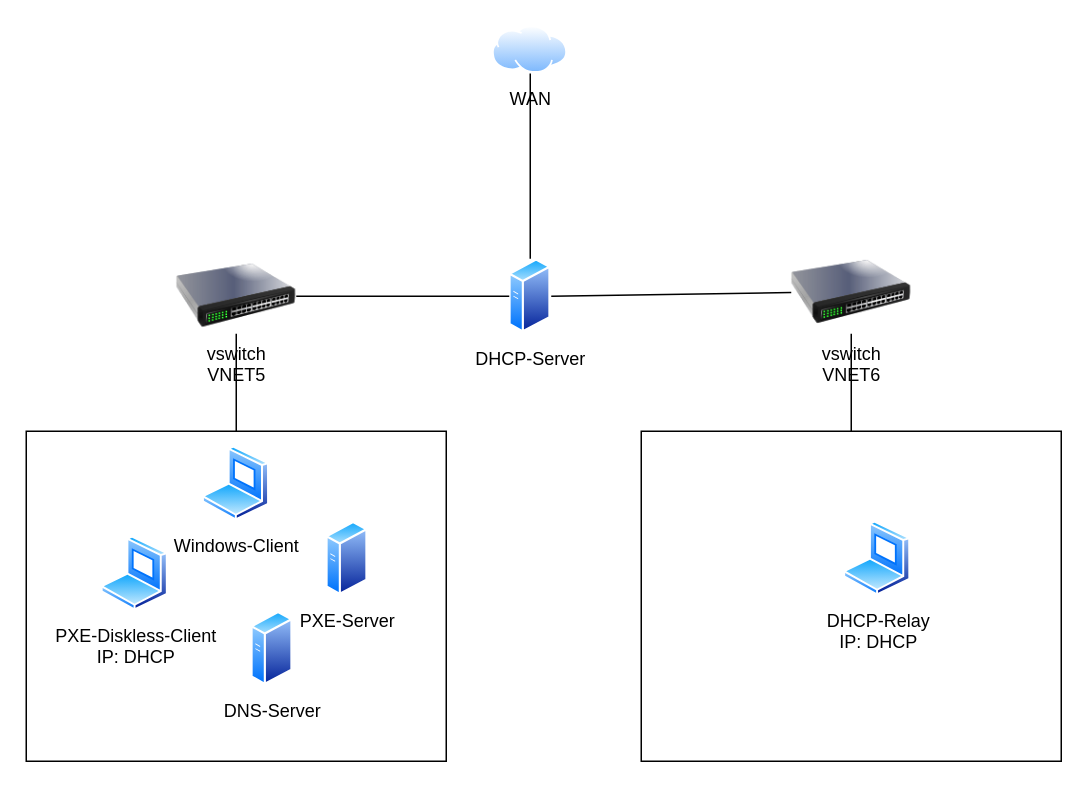
Sephley/docs keeps this draw.io diagram as docs/drawio/netzwerkschama_m300_dns.drawio. Above is the earlier version. Source tidied: cells renumbered, new cells numbered last; positions are measured from the earlier drawing's top-left corner, leaving out a move shared by most shapes. Both pictures are drawn from the tidied source at 150%, with x=0, y=0 at pixel (26, 26).
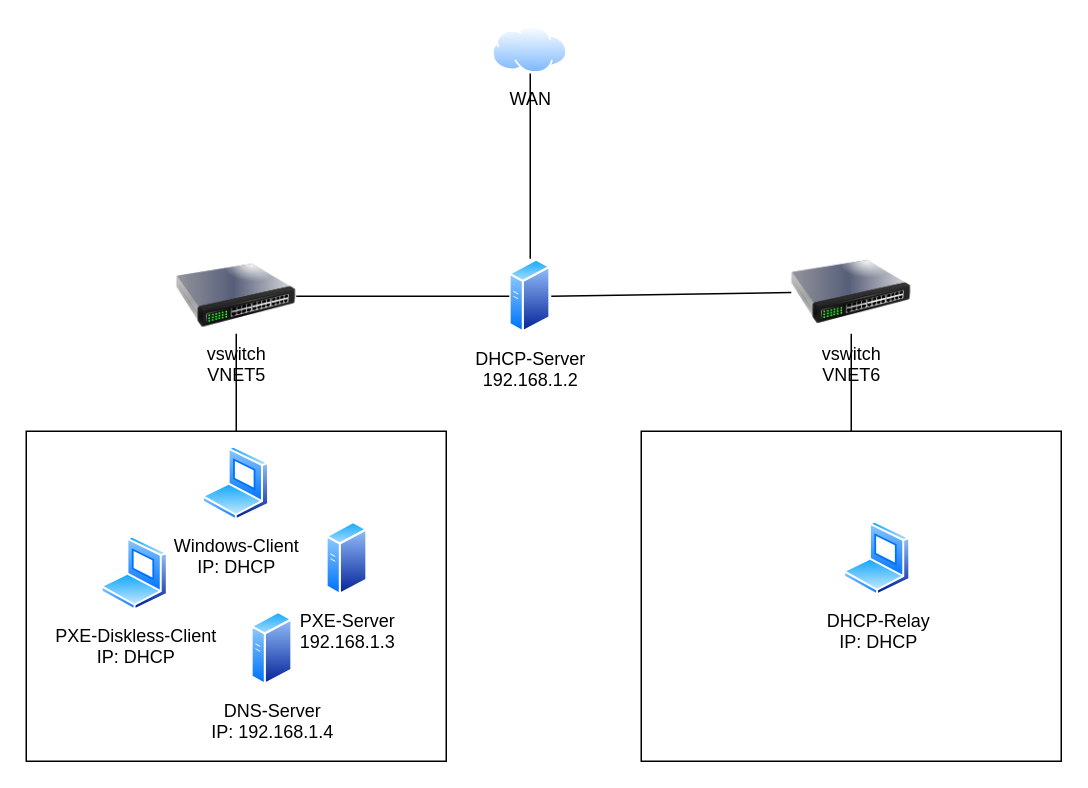
The same diagram, later.

The edit, as a diff of the source:
```diff
@@
 <mxGraphModel>
   <root>
     <mxCell id="0" />
     <mxCell id="1" parent="0" />
     <mxCell id="2" style="rounded=0;whiteSpace=wrap;html=1;" parent="1" vertex="1">
       <mxGeometry x="410" y="270" width="280" height="220" as="geometry" />
     </mxCell>
     <mxCell id="3" style="rounded=0;whiteSpace=wrap;html=1;" parent="1" vertex="1">
       <mxGeometry y="270" width="280" height="220" as="geometry" />
     </mxCell>
     <mxCell id="4" value="WAN" style="image;perimeter=ellipsePerimeter;html=1;align=center;shadow=0;dashed=0;spacingTop=3;image=img/lib/active_directory/internet_cloud.svg;" parent="1" vertex="1">
       <mxGeometry x="311" width="50" height="31.5" as="geometry" />
     </mxCell>
     <mxCell id="5" value="vswitch&lt;br&gt;VNET5" style="image;html=1;image=img/lib/clip_art/networking/Switch_128x128.png;" parent="1" vertex="1">
       <mxGeometry x="100" y="155" width="80" height="50" as="geometry" />
     </mxCell>
     <mxCell id="6" value="vswitch&lt;br&gt;VNET6" style="image;html=1;image=img/lib/clip_art/networking/Switch_128x128.png;" parent="1" vertex="1">
       <mxGeometry x="510" y="150" width="80" height="55" as="geometry" />
     </mxCell>
     <mxCell id="7" value="PXE-Diskless-Client&lt;div&gt;IP: DHCP&lt;/div&gt;" style="image;perimeter=ellipsePerimeter;html=1;align=center;shadow=0;dashed=0;spacingTop=3;image=img/lib/active_directory/laptop_client.svg;" parent="1" vertex="1">
       <mxGeometry x="50" y="340" width="45" height="50" as="geometry" />
     </mxCell>
     <mxCell id="8" value="DHCP-Relay&lt;div&gt;IP: DHCP&lt;/div&gt;" style="image;perimeter=ellipsePerimeter;html=1;align=center;shadow=0;dashed=0;spacingTop=3;image=img/lib/active_directory/laptop_client.svg;" parent="1" vertex="1">
       <mxGeometry x="545" y="330" width="45" height="50" as="geometry" />
     </mxCell>
-    <mxCell id="9" value="PXE-Server" style="image;perimeter=ellipsePerimeter;html=1;align=center;shadow=0;dashed=0;spacingTop=3;image=img/lib/active_directory/generic_server.svg;" parent="1" vertex="1">
+    <mxCell id="9" value="PXE-Server&lt;br&gt;192.168.1.3" style="image;perimeter=ellipsePerimeter;html=1;align=center;shadow=0;dashed=0;spacingTop=3;image=img/lib/active_directory/generic_server.svg;" parent="1" vertex="1">
       <mxGeometry x="200" y="330" width="28" height="50" as="geometry" />
     </mxCell>
-    <mxCell id="10" value="DHCP-Server" style="image;perimeter=ellipsePerimeter;html=1;align=center;shadow=0;dashed=0;spacingTop=3;image=img/lib/active_directory/generic_server.svg;" parent="1" vertex="1">
+    <mxCell id="10" value="DHCP-Server&lt;br&gt;192.168.1.2" style="image;perimeter=ellipsePerimeter;html=1;align=center;shadow=0;dashed=0;spacingTop=3;image=img/lib/active_directory/generic_server.svg;" parent="1" vertex="1">
       <mxGeometry x="322" y="155" width="28" height="50" as="geometry" />
     </mxCell>
-    <mxCell id="11" value="Windows-Client" style="image;perimeter=ellipsePerimeter;html=1;align=center;shadow=0;dashed=0;spacingTop=3;image=img/lib/active_directory/laptop_client.svg;" parent="1" vertex="1">
+    <mxCell id="11" value="Windows-Client&lt;br&gt;IP: DHCP" style="image;perimeter=ellipsePerimeter;html=1;align=center;shadow=0;dashed=0;spacingTop=3;image=img/lib/active_directory/laptop_client.svg;" parent="1" vertex="1">
       <mxGeometry x="117.5" y="280" width="45" height="50" as="geometry" />
     </mxCell>
     <mxCell id="12" style="endArrow=none;html=1;rounded=0;exitX=0.5;exitY=0;exitDx=0;exitDy=0;" parent="1" edge="1" source="3" target="5">
       <mxGeometry relative="1" as="geometry" />
     </mxCell>
     <mxCell id="13" style="endArrow=none;html=1;rounded=0;exitX=1;exitY=0.5;exitDx=0;exitDy=0;entryX=0;entryY=0.5;entryDx=0;entryDy=0;" parent="1" edge="1" source="5" target="10">
       <mxGeometry relative="1" as="geometry" />
     </mxCell>
     <mxCell id="14" style="endArrow=none;html=1;rounded=0;exitX=1;exitY=0.5;exitDx=0;exitDy=0;entryX=0;entryY=0.5;entryDx=0;entryDy=0;" parent="1" edge="1" source="10" target="6">
       <mxGeometry relative="1" as="geometry" />
     </mxCell>
     <mxCell id="15" style="endArrow=none;html=1;rounded=0;exitX=0.5;exitY=0;exitDx=0;exitDy=0;" parent="1" edge="1" source="2" target="6">
       <mxGeometry relative="1" as="geometry" />
     </mxCell>
     <mxCell id="16" style="endArrow=none;html=1;rounded=0;exitX=0.5;exitY=0;exitDx=0;exitDy=0;entryX=0.5;entryY=1;entryDx=0;entryDy=0;" parent="1" edge="1" source="10" target="4">
       <mxGeometry relative="1" as="geometry" />
     </mxCell>
-    <mxCell id="17" value="DNS-Server" style="image;perimeter=ellipsePerimeter;html=1;align=center;shadow=0;dashed=0;spacingTop=3;image=img/lib/active_directory/generic_server.svg;" parent="1" vertex="1">
+    <mxCell id="17" value="DNS-Server&lt;br&gt;IP: 192.168.1.4" style="image;perimeter=ellipsePerimeter;html=1;align=center;shadow=0;dashed=0;spacingTop=3;image=img/lib/active_directory/generic_server.svg;" parent="1" vertex="1">
       <mxGeometry x="150" y="390" width="28" height="50" as="geometry" />
     </mxCell>
   </root>
 </mxGraphModel>
```
